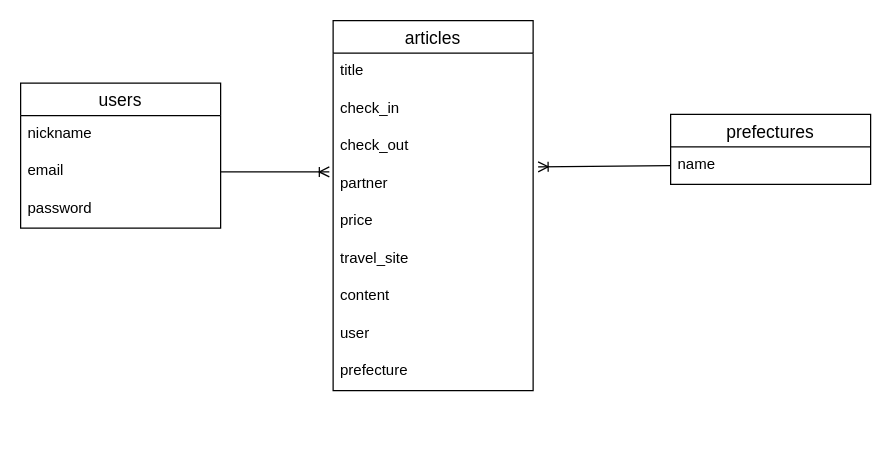
Above: travel.dio in hahahahahahahahahahahahhaha1999/travel (draw.io), before the change. Source tidied: cells renumbered, new cells numbered last; positions are measured from the earlier drawing's top-left corner, leaving out a move shared by most shapes. Both pictures are drawn from the tidied source at 125%, with x=0, y=0 at pixel (20, 20).
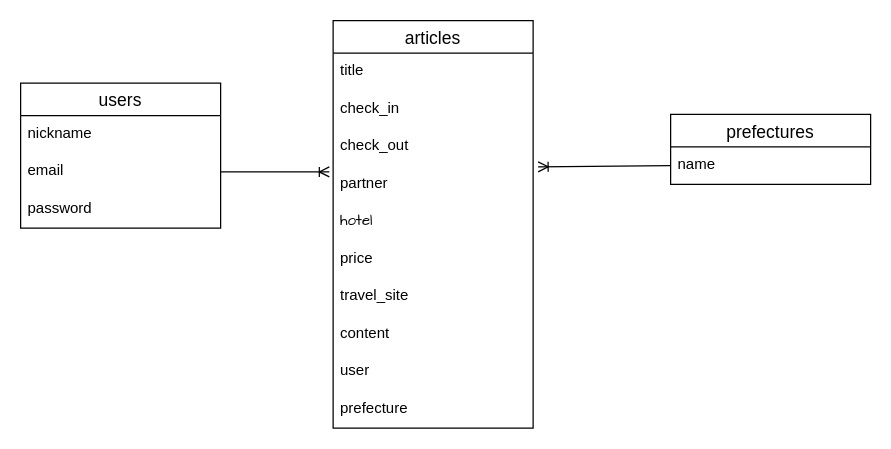
The same page after the edit.

The edit, as a diff of the source:
```diff
@@
     <mxCell id="6" value="articles" style="swimlane;fontStyle=0;horizontal=1;startSize=26;align=center;fontSize=14;hachureGap=4;strokeColor=default;fontFamily=Helvetica;fontColor=default;fillColor=default;" parent="1" vertex="1">
-      <mxGeometry x="250" width="160" height="296" as="geometry" />
+      <mxGeometry x="250" width="160" height="326" as="geometry" />
     </mxCell>
@@
+    <mxCell id="20" value="hotel" style="text;strokeColor=none;fillColor=none;spacingLeft=4;spacingRight=4;overflow=hidden;fontSize=12;hachureGap=4;fontFamily=Architects Daughter;" parent="6" vertex="1">
+      <mxGeometry y="146" width="160" height="30" as="geometry" />
+    </mxCell>
-    <mxCell id="11" value="price" style="text;strokeColor=none;fillColor=none;spacingLeft=4;spacingRight=4;overflow=hidden;fontSize=12;sketch=1;hachureGap=4;jiggle=2;curveFitting=1;fontFamily=Helvetica;fontColor=default;startSize=26;" parent="6" vertex="1">
-      <mxGeometry y="146" width="160" height="30" as="geometry" />
+    <mxCell id="11" value="price" style="text;strokeColor=none;fillColor=none;spacingLeft=4;spacingRight=4;overflow=hidden;fontSize=12;hachureGap=4;fontFamily=Helvetica;fontColor=default;startSize=26;" parent="6" vertex="1">
+      <mxGeometry y="176" width="160" height="30" as="geometry" />
     </mxCell>
     <mxCell id="12" value="travel_site" style="text;strokeColor=none;fillColor=none;spacingLeft=4;spacingRight=4;overflow=hidden;fontSize=12;sketch=1;hachureGap=4;jiggle=2;curveFitting=1;fontFamily=Helvetica;fontColor=default;startSize=26;" parent="6" vertex="1">
-      <mxGeometry y="176" width="160" height="30" as="geometry" />
+      <mxGeometry y="206" width="160" height="30" as="geometry" />
     </mxCell>
     <mxCell id="13" value="content" style="text;strokeColor=none;fillColor=none;spacingLeft=4;spacingRight=4;overflow=hidden;fontSize=12;sketch=1;hachureGap=4;jiggle=2;curveFitting=1;fontFamily=Helvetica;fontColor=default;startSize=26;" parent="6" vertex="1">
-      <mxGeometry y="206" width="160" height="30" as="geometry" />
+      <mxGeometry y="236" width="160" height="30" as="geometry" />
     </mxCell>
     <mxCell id="14" value="user" style="text;strokeColor=none;fillColor=none;spacingLeft=4;spacingRight=4;overflow=hidden;fontSize=12;sketch=1;hachureGap=4;jiggle=2;curveFitting=1;fontFamily=Helvetica;fontColor=default;startSize=26;" parent="6" vertex="1">
-      <mxGeometry y="236" width="160" height="30" as="geometry" />
+      <mxGeometry y="266" width="160" height="30" as="geometry" />
     </mxCell>
     <mxCell id="15" value="prefecture" style="text;strokeColor=none;fillColor=none;spacingLeft=4;spacingRight=4;overflow=hidden;fontSize=12;sketch=1;hachureGap=4;jiggle=2;curveFitting=1;fontFamily=Helvetica;fontColor=default;startSize=26;" parent="6" vertex="1">
-      <mxGeometry y="266" width="160" height="30" as="geometry" />
+      <mxGeometry y="296" width="160" height="30" as="geometry" />
     </mxCell>
```
